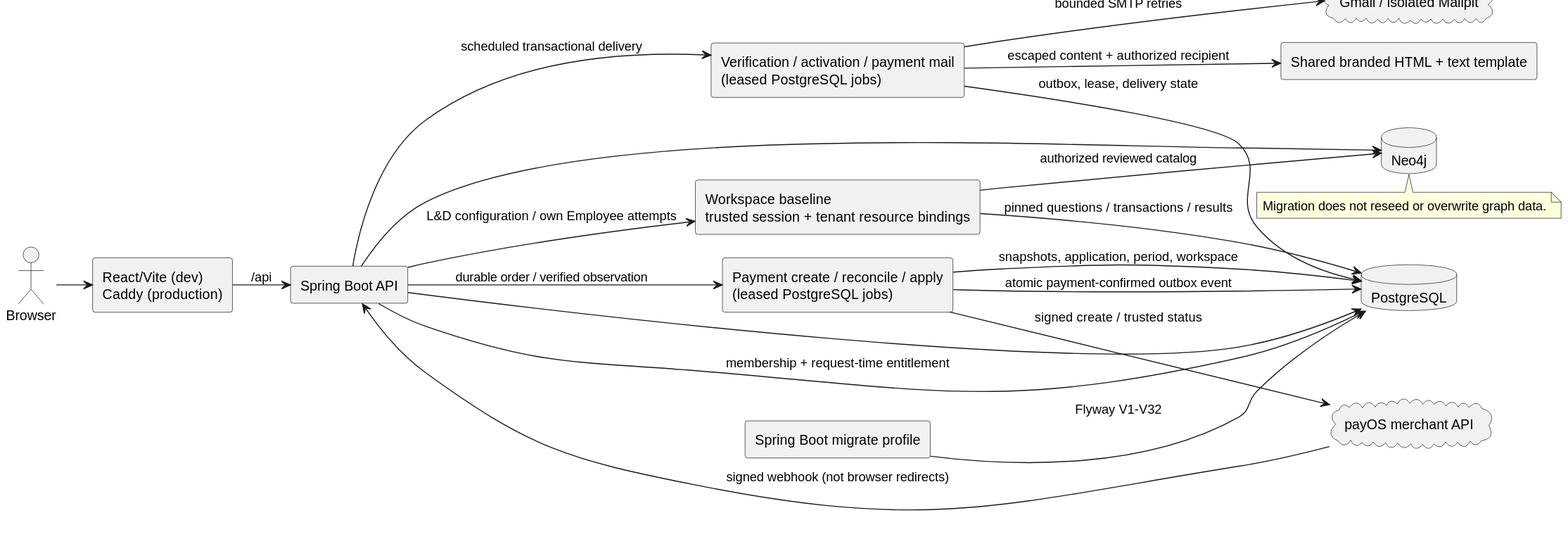
SEP490-Fall-2026-GFA26SE64/SEP490 keeps this PlantUML diagram as documents/diagrams/runtime-topology.svg. Above is the earlier version.
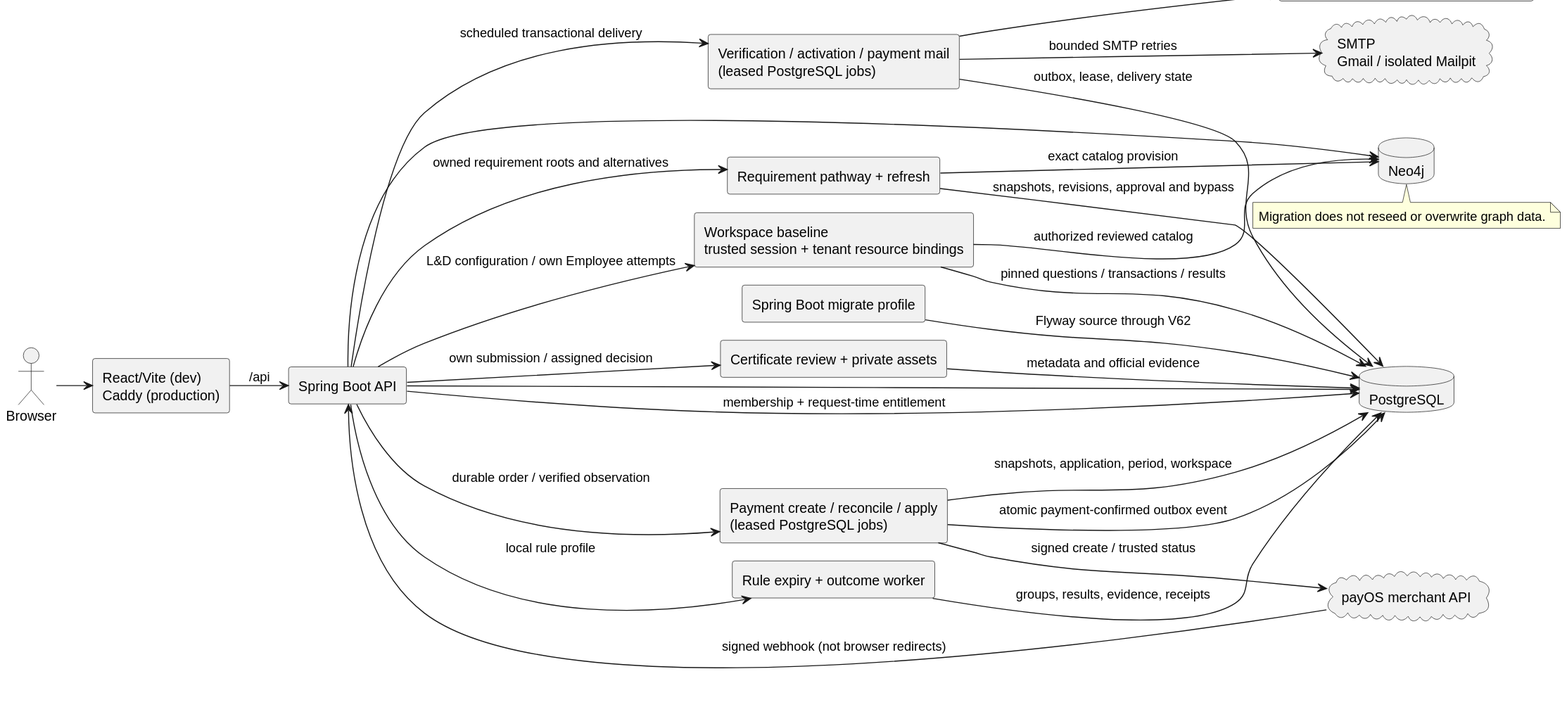
After the change.

The edit, as a diff of the source:
```diff
@@ -14,6 +14,9 @@
 cloud "payOS merchant API" as PayOS
 cloud "SMTP\nGmail / isolated Mailpit" as SMTP
 component "Spring Boot migrate profile" as Migrate
+component "Rule expiry + outcome worker" as RuleWorker
+component "Requirement pathway + refresh" as Pathway
+component "Certificate review + private assets" as Certificate
 database "PostgreSQL" as PG
 database "Neo4j" as Graph
 
@@ -34,6 +37,13 @@
 MailWorker --> PG : outbox, lease, delivery state
 MailWorker --> SMTP : bounded SMTP retries
 API --> Graph
-Migrate --> PG : Flyway V1-V32
+API --> RuleWorker : local rule profile
+RuleWorker --> PG : groups, results, evidence, receipts
+API --> Pathway : owned requirement roots and alternatives
+Pathway --> PG : snapshots, revisions, approval and bypass
+Pathway --> Graph : exact catalog provision
+API --> Certificate : own submission / assigned decision
+Certificate --> PG : metadata and official evidence
+Migrate --> PG : Flyway source through V62
 note bottom of Graph : Migration does not reseed or overwrite graph data.
 @enduml
```
